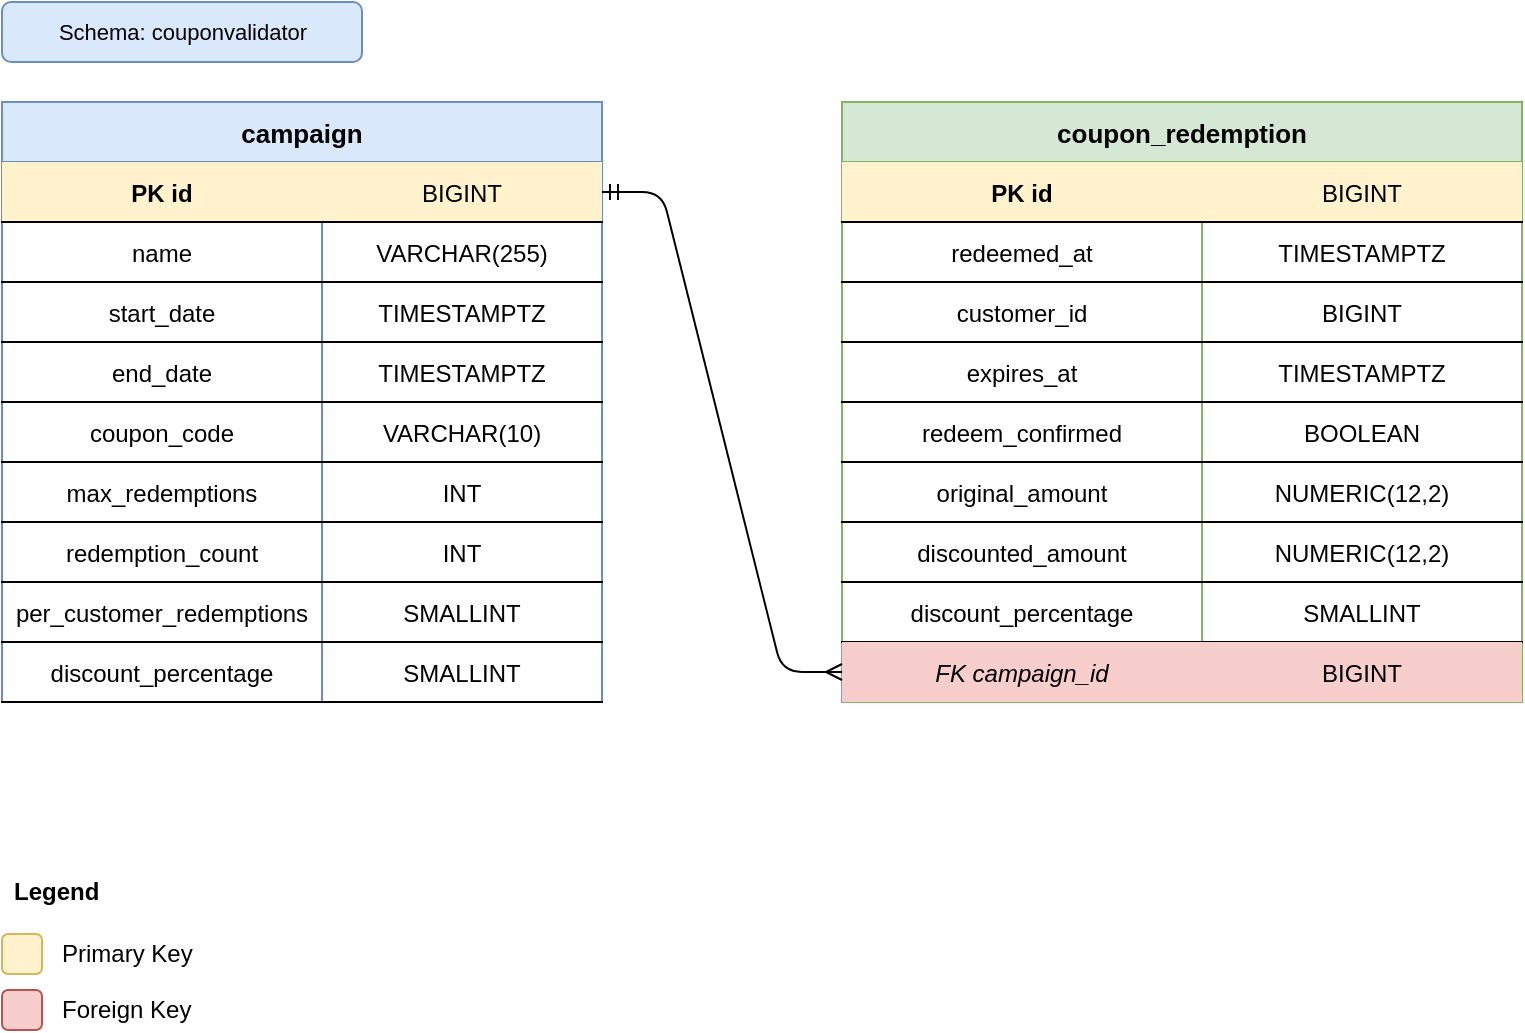
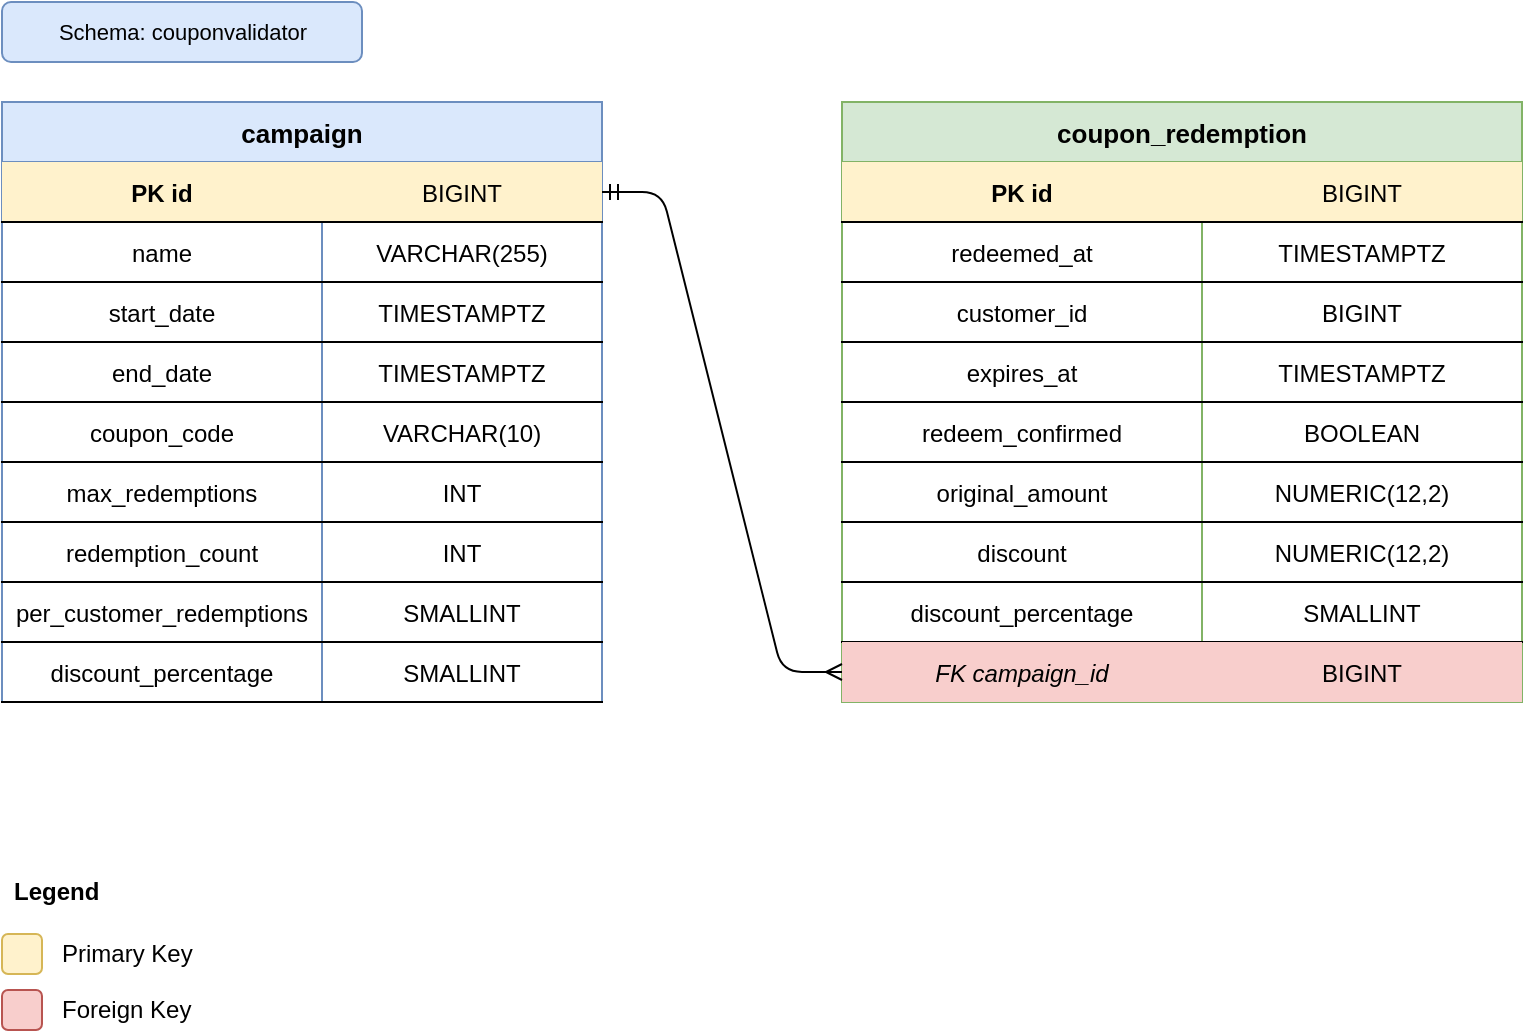
<mxfile host="Electron">
  <diagram id="C9-qaEhtOwtRFQx8UYUX" name="Page-1">
    <mxGraphModel dx="1414" dy="841" grid="1" gridSize="10" guides="1" tooltips="1" connect="1" arrows="1" fold="1" page="1" pageScale="1" pageWidth="1169" pageHeight="827" math="0" shadow="0">
      <root>
        <mxCell id="0" />
        <mxCell id="1" parent="0" />
        <mxCell id="2" parent="1" style="shape=table;startSize=30;container=1;collapsible=1;childLayout=tableLayout;fixedRows=1;rowLines=0;fontStyle=1;align=center;resizeLast=1;fillColor=#dae8fc;strokeColor=#6c8ebf;fontSize=13;" value="campaign" vertex="1">
          <mxGeometry height="300" width="300" x="40" y="80" as="geometry" />
        </mxCell>
        <mxCell id="3" parent="2" style="shape=tableRow;horizontal=0;startSize=0;swimlaneHead=0;swimlaneBody=0;fillColor=#fff2cc;collapsible=0;dropTarget=0;points=[[0,0.5],[1,0.5]];portConstraint=eastwest;fontSize=12;top=0;left=0;right=0;bottom=1;" value="" vertex="1">
          <mxGeometry height="30" width="300" y="30" as="geometry" />
        </mxCell>
        <mxCell id="4" parent="3" style="shape=partialRectangle;connectable=0;fillColor=none;top=0;left=0;bottom=0;right=0;fontStyle=1;overflow=hidden;" value="PK  id" vertex="1">
          <mxGeometry height="30" width="160" as="geometry">
            <mxRectangle height="30" width="160" as="alternateBounds" />
          </mxGeometry>
        </mxCell>
        <mxCell id="5" parent="3" style="shape=partialRectangle;connectable=0;fillColor=none;top=0;left=0;bottom=0;right=0;overflow=hidden;" value="BIGINT" vertex="1">
          <mxGeometry height="30" width="140" x="160" as="geometry">
            <mxRectangle height="30" width="140" as="alternateBounds" />
          </mxGeometry>
        </mxCell>
        <mxCell id="6" parent="2" style="shape=tableRow;horizontal=0;startSize=0;swimlaneHead=0;swimlaneBody=0;fillColor=none;collapsible=0;dropTarget=0;points=[[0,0.5],[1,0.5]];portConstraint=eastwest;fontSize=12;top=0;left=0;right=0;bottom=1;" value="" vertex="1">
          <mxGeometry height="30" width="300" y="60" as="geometry" />
        </mxCell>
        <mxCell id="7" parent="6" style="shape=partialRectangle;connectable=0;fillColor=none;top=0;left=0;bottom=0;right=0;overflow=hidden;" value="name" vertex="1">
          <mxGeometry height="30" width="160" as="geometry">
            <mxRectangle height="30" width="160" as="alternateBounds" />
          </mxGeometry>
        </mxCell>
        <mxCell id="8" parent="6" style="shape=partialRectangle;connectable=0;fillColor=none;top=0;left=0;bottom=0;right=0;overflow=hidden;" value="VARCHAR(255)" vertex="1">
          <mxGeometry height="30" width="140" x="160" as="geometry">
            <mxRectangle height="30" width="140" as="alternateBounds" />
          </mxGeometry>
        </mxCell>
        <mxCell id="9" parent="2" style="shape=tableRow;horizontal=0;startSize=0;swimlaneHead=0;swimlaneBody=0;fillColor=none;collapsible=0;dropTarget=0;points=[[0,0.5],[1,0.5]];portConstraint=eastwest;fontSize=12;top=0;left=0;right=0;bottom=1;" value="" vertex="1">
          <mxGeometry height="30" width="300" y="90" as="geometry" />
        </mxCell>
        <mxCell id="10" parent="9" style="shape=partialRectangle;connectable=0;fillColor=none;top=0;left=0;bottom=0;right=0;overflow=hidden;" value="start_date" vertex="1">
          <mxGeometry height="30" width="160" as="geometry">
            <mxRectangle height="30" width="160" as="alternateBounds" />
          </mxGeometry>
        </mxCell>
        <mxCell id="11" parent="9" style="shape=partialRectangle;connectable=0;fillColor=none;top=0;left=0;bottom=0;right=0;overflow=hidden;" value="TIMESTAMPTZ" vertex="1">
          <mxGeometry height="30" width="140" x="160" as="geometry">
            <mxRectangle height="30" width="140" as="alternateBounds" />
          </mxGeometry>
        </mxCell>
        <mxCell id="12" parent="2" style="shape=tableRow;horizontal=0;startSize=0;swimlaneHead=0;swimlaneBody=0;fillColor=none;collapsible=0;dropTarget=0;points=[[0,0.5],[1,0.5]];portConstraint=eastwest;fontSize=12;top=0;left=0;right=0;bottom=1;" value="" vertex="1">
          <mxGeometry height="30" width="300" y="120" as="geometry" />
        </mxCell>
        <mxCell id="13" parent="12" style="shape=partialRectangle;connectable=0;fillColor=none;top=0;left=0;bottom=0;right=0;overflow=hidden;" value="end_date" vertex="1">
          <mxGeometry height="30" width="160" as="geometry">
            <mxRectangle height="30" width="160" as="alternateBounds" />
          </mxGeometry>
        </mxCell>
        <mxCell id="14" parent="12" style="shape=partialRectangle;connectable=0;fillColor=none;top=0;left=0;bottom=0;right=0;overflow=hidden;" value="TIMESTAMPTZ" vertex="1">
          <mxGeometry height="30" width="140" x="160" as="geometry">
            <mxRectangle height="30" width="140" as="alternateBounds" />
          </mxGeometry>
        </mxCell>
        <mxCell id="15" parent="2" style="shape=tableRow;horizontal=0;startSize=0;swimlaneHead=0;swimlaneBody=0;fillColor=none;collapsible=0;dropTarget=0;points=[[0,0.5],[1,0.5]];portConstraint=eastwest;fontSize=12;top=0;left=0;right=0;bottom=1;" value="" vertex="1">
          <mxGeometry height="30" width="300" y="150" as="geometry" />
        </mxCell>
        <mxCell id="16" parent="15" style="shape=partialRectangle;connectable=0;fillColor=none;top=0;left=0;bottom=0;right=0;overflow=hidden;" value="coupon_code" vertex="1">
          <mxGeometry height="30" width="160" as="geometry">
            <mxRectangle height="30" width="160" as="alternateBounds" />
          </mxGeometry>
        </mxCell>
        <mxCell id="17" parent="15" style="shape=partialRectangle;connectable=0;fillColor=none;top=0;left=0;bottom=0;right=0;overflow=hidden;" value="VARCHAR(10)" vertex="1">
          <mxGeometry height="30" width="140" x="160" as="geometry">
            <mxRectangle height="30" width="140" as="alternateBounds" />
          </mxGeometry>
        </mxCell>
        <mxCell id="18" parent="2" style="shape=tableRow;horizontal=0;startSize=0;swimlaneHead=0;swimlaneBody=0;fillColor=none;collapsible=0;dropTarget=0;points=[[0,0.5],[1,0.5]];portConstraint=eastwest;fontSize=12;top=0;left=0;right=0;bottom=1;" value="" vertex="1">
          <mxGeometry height="30" width="300" y="180" as="geometry" />
        </mxCell>
        <mxCell id="19" parent="18" style="shape=partialRectangle;connectable=0;fillColor=none;top=0;left=0;bottom=0;right=0;overflow=hidden;" value="max_redemptions" vertex="1">
          <mxGeometry height="30" width="160" as="geometry">
            <mxRectangle height="30" width="160" as="alternateBounds" />
          </mxGeometry>
        </mxCell>
        <mxCell id="20" parent="18" style="shape=partialRectangle;connectable=0;fillColor=none;top=0;left=0;bottom=0;right=0;overflow=hidden;" value="INT" vertex="1">
          <mxGeometry height="30" width="140" x="160" as="geometry">
            <mxRectangle height="30" width="140" as="alternateBounds" />
          </mxGeometry>
        </mxCell>
        <mxCell id="21" parent="2" style="shape=tableRow;horizontal=0;startSize=0;swimlaneHead=0;swimlaneBody=0;fillColor=none;collapsible=0;dropTarget=0;points=[[0,0.5],[1,0.5]];portConstraint=eastwest;fontSize=12;top=0;left=0;right=0;bottom=1;" value="" vertex="1">
          <mxGeometry height="30" width="300" y="210" as="geometry" />
        </mxCell>
        <mxCell id="22" parent="21" style="shape=partialRectangle;connectable=0;fillColor=none;top=0;left=0;bottom=0;right=0;overflow=hidden;" value="redemption_count" vertex="1">
          <mxGeometry height="30" width="160" as="geometry">
            <mxRectangle height="30" width="160" as="alternateBounds" />
          </mxGeometry>
        </mxCell>
        <mxCell id="23" parent="21" style="shape=partialRectangle;connectable=0;fillColor=none;top=0;left=0;bottom=0;right=0;overflow=hidden;" value="INT" vertex="1">
          <mxGeometry height="30" width="140" x="160" as="geometry">
            <mxRectangle height="30" width="140" as="alternateBounds" />
          </mxGeometry>
        </mxCell>
        <mxCell id="24" parent="2" style="shape=tableRow;horizontal=0;startSize=0;swimlaneHead=0;swimlaneBody=0;fillColor=none;collapsible=0;dropTarget=0;points=[[0,0.5],[1,0.5]];portConstraint=eastwest;fontSize=12;top=0;left=0;right=0;bottom=1;" value="" vertex="1">
          <mxGeometry height="30" width="300" y="240" as="geometry" />
        </mxCell>
        <mxCell id="25" parent="24" style="shape=partialRectangle;connectable=0;fillColor=none;top=0;left=0;bottom=0;right=0;overflow=hidden;" value="per_customer_redemptions" vertex="1">
          <mxGeometry height="30" width="160" as="geometry">
            <mxRectangle height="30" width="160" as="alternateBounds" />
          </mxGeometry>
        </mxCell>
        <mxCell id="26" parent="24" style="shape=partialRectangle;connectable=0;fillColor=none;top=0;left=0;bottom=0;right=0;overflow=hidden;" value="SMALLINT" vertex="1">
          <mxGeometry height="30" width="140" x="160" as="geometry">
            <mxRectangle height="30" width="140" as="alternateBounds" />
          </mxGeometry>
        </mxCell>
        <mxCell id="27" parent="2" style="shape=tableRow;horizontal=0;startSize=0;swimlaneHead=0;swimlaneBody=0;fillColor=none;collapsible=0;dropTarget=0;points=[[0,0.5],[1,0.5]];portConstraint=eastwest;fontSize=12;top=0;left=0;right=0;bottom=1;" value="" vertex="1">
          <mxGeometry height="30" width="300" y="270" as="geometry" />
        </mxCell>
        <mxCell id="28" parent="27" style="shape=partialRectangle;connectable=0;fillColor=none;top=0;left=0;bottom=0;right=0;overflow=hidden;" value="discount_percentage" vertex="1">
          <mxGeometry height="30" width="160" as="geometry">
            <mxRectangle height="30" width="160" as="alternateBounds" />
          </mxGeometry>
        </mxCell>
        <mxCell id="29" parent="27" style="shape=partialRectangle;connectable=0;fillColor=none;top=0;left=0;bottom=0;right=0;overflow=hidden;" value="SMALLINT" vertex="1">
          <mxGeometry height="30" width="140" x="160" as="geometry">
            <mxRectangle height="30" width="140" as="alternateBounds" />
          </mxGeometry>
        </mxCell>
        <mxCell id="33" parent="1" style="shape=table;startSize=30;container=1;collapsible=1;childLayout=tableLayout;fixedRows=1;rowLines=0;fontStyle=1;align=center;resizeLast=1;fillColor=#d5e8d4;strokeColor=#82b366;fontSize=13;" value="coupon_redemption" vertex="1">
          <mxGeometry height="300" width="340" x="460" y="80" as="geometry" />
        </mxCell>
        <mxCell id="34" parent="33" style="shape=tableRow;horizontal=0;startSize=0;swimlaneHead=0;swimlaneBody=0;fillColor=#fff2cc;collapsible=0;dropTarget=0;points=[[0,0.5],[1,0.5]];portConstraint=eastwest;fontSize=12;top=0;left=0;right=0;bottom=1;" value="" vertex="1">
          <mxGeometry height="30" width="340" y="30" as="geometry" />
        </mxCell>
        <mxCell id="35" parent="34" style="shape=partialRectangle;connectable=0;fillColor=none;top=0;left=0;bottom=0;right=0;fontStyle=1;overflow=hidden;" value="PK  id" vertex="1">
          <mxGeometry height="30" width="180" as="geometry">
            <mxRectangle height="30" width="180" as="alternateBounds" />
          </mxGeometry>
        </mxCell>
        <mxCell id="36" parent="34" style="shape=partialRectangle;connectable=0;fillColor=none;top=0;left=0;bottom=0;right=0;overflow=hidden;" value="BIGINT" vertex="1">
          <mxGeometry height="30" width="160" x="180" as="geometry">
            <mxRectangle height="30" width="160" as="alternateBounds" />
          </mxGeometry>
        </mxCell>
        <mxCell id="37" parent="33" style="shape=tableRow;horizontal=0;startSize=0;swimlaneHead=0;swimlaneBody=0;fillColor=none;collapsible=0;dropTarget=0;points=[[0,0.5],[1,0.5]];portConstraint=eastwest;fontSize=12;top=0;left=0;right=0;bottom=1;" value="" vertex="1">
          <mxGeometry height="30" width="340" y="60" as="geometry" />
        </mxCell>
        <mxCell id="38" parent="37" style="shape=partialRectangle;connectable=0;fillColor=none;top=0;left=0;bottom=0;right=0;overflow=hidden;" value="redeemed_at" vertex="1">
          <mxGeometry height="30" width="180" as="geometry">
            <mxRectangle height="30" width="180" as="alternateBounds" />
          </mxGeometry>
        </mxCell>
        <mxCell id="39" parent="37" style="shape=partialRectangle;connectable=0;fillColor=none;top=0;left=0;bottom=0;right=0;overflow=hidden;" value="TIMESTAMPTZ" vertex="1">
          <mxGeometry height="30" width="160" x="180" as="geometry">
            <mxRectangle height="30" width="160" as="alternateBounds" />
          </mxGeometry>
        </mxCell>
        <mxCell id="40" parent="33" style="shape=tableRow;horizontal=0;startSize=0;swimlaneHead=0;swimlaneBody=0;fillColor=none;collapsible=0;dropTarget=0;points=[[0,0.5],[1,0.5]];portConstraint=eastwest;fontSize=12;top=0;left=0;right=0;bottom=1;" value="" vertex="1">
          <mxGeometry height="30" width="340" y="90" as="geometry" />
        </mxCell>
        <mxCell id="41" parent="40" style="shape=partialRectangle;connectable=0;fillColor=none;top=0;left=0;bottom=0;right=0;overflow=hidden;" value="customer_id" vertex="1">
          <mxGeometry height="30" width="180" as="geometry">
            <mxRectangle height="30" width="180" as="alternateBounds" />
          </mxGeometry>
        </mxCell>
        <mxCell id="42" parent="40" style="shape=partialRectangle;connectable=0;fillColor=none;top=0;left=0;bottom=0;right=0;overflow=hidden;" value="BIGINT" vertex="1">
          <mxGeometry height="30" width="160" x="180" as="geometry">
            <mxRectangle height="30" width="160" as="alternateBounds" />
          </mxGeometry>
        </mxCell>
        <mxCell id="43" parent="33" style="shape=tableRow;horizontal=0;startSize=0;swimlaneHead=0;swimlaneBody=0;fillColor=none;collapsible=0;dropTarget=0;points=[[0,0.5],[1,0.5]];portConstraint=eastwest;fontSize=12;top=0;left=0;right=0;bottom=1;" value="" vertex="1">
          <mxGeometry height="30" width="340" y="120" as="geometry" />
        </mxCell>
        <mxCell id="44" parent="43" style="shape=partialRectangle;connectable=0;fillColor=none;top=0;left=0;bottom=0;right=0;overflow=hidden;" value="expires_at" vertex="1">
          <mxGeometry height="30" width="180" as="geometry">
            <mxRectangle height="30" width="180" as="alternateBounds" />
          </mxGeometry>
        </mxCell>
        <mxCell id="45" parent="43" style="shape=partialRectangle;connectable=0;fillColor=none;top=0;left=0;bottom=0;right=0;overflow=hidden;" value="TIMESTAMPTZ" vertex="1">
          <mxGeometry height="30" width="160" x="180" as="geometry">
            <mxRectangle height="30" width="160" as="alternateBounds" />
          </mxGeometry>
        </mxCell>
        <mxCell id="46" parent="33" style="shape=tableRow;horizontal=0;startSize=0;swimlaneHead=0;swimlaneBody=0;fillColor=none;collapsible=0;dropTarget=0;points=[[0,0.5],[1,0.5]];portConstraint=eastwest;fontSize=12;top=0;left=0;right=0;bottom=1;" value="" vertex="1">
          <mxGeometry height="30" width="340" y="150" as="geometry" />
        </mxCell>
        <mxCell id="47" parent="46" style="shape=partialRectangle;connectable=0;fillColor=none;top=0;left=0;bottom=0;right=0;overflow=hidden;" value="redeem_confirmed" vertex="1">
          <mxGeometry height="30" width="180" as="geometry">
            <mxRectangle height="30" width="180" as="alternateBounds" />
          </mxGeometry>
        </mxCell>
        <mxCell id="48" parent="46" style="shape=partialRectangle;connectable=0;fillColor=none;top=0;left=0;bottom=0;right=0;overflow=hidden;" value="BOOLEAN" vertex="1">
          <mxGeometry height="30" width="160" x="180" as="geometry">
            <mxRectangle height="30" width="160" as="alternateBounds" />
          </mxGeometry>
        </mxCell>
        <mxCell id="49" parent="33" style="shape=tableRow;horizontal=0;startSize=0;swimlaneHead=0;swimlaneBody=0;fillColor=none;collapsible=0;dropTarget=0;points=[[0,0.5],[1,0.5]];portConstraint=eastwest;fontSize=12;top=0;left=0;right=0;bottom=1;" value="" vertex="1">
          <mxGeometry height="30" width="340" y="180" as="geometry" />
        </mxCell>
        <mxCell id="50" parent="49" style="shape=partialRectangle;connectable=0;fillColor=none;top=0;left=0;bottom=0;right=0;overflow=hidden;" value="original_amount" vertex="1">
          <mxGeometry height="30" width="180" as="geometry">
            <mxRectangle height="30" width="180" as="alternateBounds" />
          </mxGeometry>
        </mxCell>
        <mxCell id="51" parent="49" style="shape=partialRectangle;connectable=0;fillColor=none;top=0;left=0;bottom=0;right=0;overflow=hidden;" value="NUMERIC(12,2)" vertex="1">
          <mxGeometry height="30" width="160" x="180" as="geometry">
            <mxRectangle height="30" width="160" as="alternateBounds" />
          </mxGeometry>
        </mxCell>
        <mxCell id="52" parent="33" style="shape=tableRow;horizontal=0;startSize=0;swimlaneHead=0;swimlaneBody=0;fillColor=none;collapsible=0;dropTarget=0;points=[[0,0.5],[1,0.5]];portConstraint=eastwest;fontSize=12;top=0;left=0;right=0;bottom=1;" value="" vertex="1">
          <mxGeometry height="30" width="340" y="210" as="geometry" />
        </mxCell>
-         <mxCell id="53" parent="52" style="shape=partialRectangle;connectable=0;fillColor=none;top=0;left=0;bottom=0;right=0;overflow=hidden;" value="discounted_amount" vertex="1">
+         <mxCell id="53" parent="52" style="shape=partialRectangle;connectable=0;fillColor=none;top=0;left=0;bottom=0;right=0;overflow=hidden;" value="discount" vertex="1">
          <mxGeometry height="30" width="180" as="geometry">
            <mxRectangle height="30" width="180" as="alternateBounds" />
          </mxGeometry>
        </mxCell>
        <mxCell id="54" parent="52" style="shape=partialRectangle;connectable=0;fillColor=none;top=0;left=0;bottom=0;right=0;overflow=hidden;" value="NUMERIC(12,2)" vertex="1">
          <mxGeometry height="30" width="160" x="180" as="geometry">
            <mxRectangle height="30" width="160" as="alternateBounds" />
          </mxGeometry>
        </mxCell>
        <mxCell id="55" parent="33" style="shape=tableRow;horizontal=0;startSize=0;swimlaneHead=0;swimlaneBody=0;fillColor=none;collapsible=0;dropTarget=0;points=[[0,0.5],[1,0.5]];portConstraint=eastwest;fontSize=12;top=0;left=0;right=0;bottom=1;" value="" vertex="1">
          <mxGeometry height="30" width="340" y="240" as="geometry" />
        </mxCell>
        <mxCell id="56" parent="55" style="shape=partialRectangle;connectable=0;fillColor=none;top=0;left=0;bottom=0;right=0;overflow=hidden;" value="discount_percentage" vertex="1">
          <mxGeometry height="30" width="180" as="geometry">
            <mxRectangle height="30" width="180" as="alternateBounds" />
          </mxGeometry>
        </mxCell>
        <mxCell id="57" parent="55" style="shape=partialRectangle;connectable=0;fillColor=none;top=0;left=0;bottom=0;right=0;overflow=hidden;" value="SMALLINT" vertex="1">
          <mxGeometry height="30" width="160" x="180" as="geometry">
            <mxRectangle height="30" width="160" as="alternateBounds" />
          </mxGeometry>
        </mxCell>
        <mxCell id="58" parent="33" style="shape=tableRow;horizontal=0;startSize=0;swimlaneHead=0;swimlaneBody=0;fillColor=#f8cecc;collapsible=0;dropTarget=0;points=[[0,0.5],[1,0.5]];portConstraint=eastwest;fontSize=12;top=0;left=0;right=0;bottom=0;" value="" vertex="1">
          <mxGeometry height="30" width="340" y="270" as="geometry" />
        </mxCell>
        <mxCell id="59" parent="58" style="shape=partialRectangle;connectable=0;fillColor=none;top=0;left=0;bottom=0;right=0;fontStyle=2;overflow=hidden;" value="FK  campaign_id" vertex="1">
          <mxGeometry height="30" width="180" as="geometry">
            <mxRectangle height="30" width="180" as="alternateBounds" />
          </mxGeometry>
        </mxCell>
        <mxCell id="60" parent="58" style="shape=partialRectangle;connectable=0;fillColor=none;top=0;left=0;bottom=0;right=0;overflow=hidden;" value="BIGINT" vertex="1">
          <mxGeometry height="30" width="160" x="180" as="geometry">
            <mxRectangle height="30" width="160" as="alternateBounds" />
          </mxGeometry>
        </mxCell>
        <mxCell id="61" edge="1" parent="1" source="58" style="edgeStyle=entityRelationEdgeStyle;endArrow=ERmandOne;startArrow=ERmany;exitX=0;exitY=0.5;exitDx=0;exitDy=0;entryX=1;entryY=0.5;entryDx=0;entryDy=0;" target="3" value="">
          <mxGeometry relative="1" as="geometry" />
        </mxCell>
        <mxCell id="62" parent="1" style="text;html=1;strokeColor=none;fillColor=none;align=left;verticalAlign=middle;spacingLeft=4;spacingRight=4;overflow=hidden;rotatable=0;fontStyle=1;fontSize=12;" value="Legend" vertex="1">
          <mxGeometry height="30" width="80" x="40" y="460" as="geometry" />
        </mxCell>
        <mxCell id="63" parent="1" style="fillColor=#fff2cc;strokeColor=#d6b656;rounded=1;" value="" vertex="1">
          <mxGeometry height="20" width="20" x="40" y="496" as="geometry" />
        </mxCell>
        <mxCell id="64" parent="1" style="text;html=1;strokeColor=none;fillColor=none;align=left;verticalAlign=middle;" value="Primary Key" vertex="1">
          <mxGeometry height="20" width="100" x="68" y="496" as="geometry" />
        </mxCell>
        <mxCell id="65" parent="1" style="fillColor=#f8cecc;strokeColor=#b85450;rounded=1;" value="" vertex="1">
          <mxGeometry height="20" width="20" x="40" y="524" as="geometry" />
        </mxCell>
        <mxCell id="66" parent="1" style="text;html=1;strokeColor=none;fillColor=none;align=left;verticalAlign=middle;" value="Foreign Key" vertex="1">
          <mxGeometry height="20" width="100" x="68" y="524" as="geometry" />
        </mxCell>
        <mxCell id="67" parent="1" style="text;html=1;strokeColor=#6c8ebf;fillColor=#dae8fc;align=center;verticalAlign=middle;rounded=1;fontSize=11;" value="Schema: couponvalidator" vertex="1">
          <mxGeometry height="30" width="180" x="40" y="30" as="geometry" />
        </mxCell>
      </root>
    </mxGraphModel>
  </diagram>
</mxfile>
